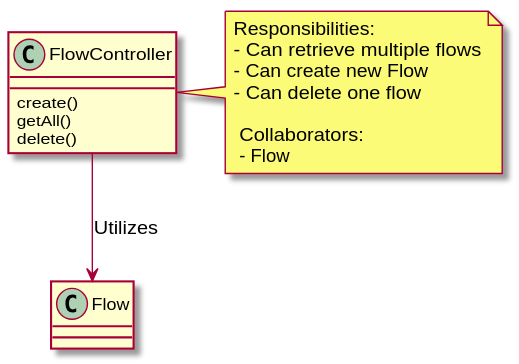
Before: docs/doxygen_docs/doxygen/inline_umlgraph_1.svg, a diagram exported from PlantUML (Nefarious46/cfe_18).
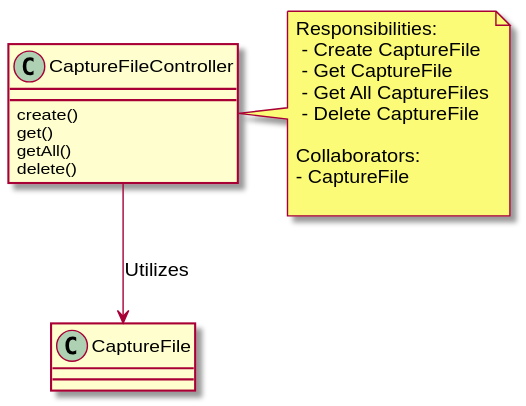
After the change.

The edit, as a diff of the source:
```diff
@@ -1,19 +1,22 @@
 @startuml inline_umlgraph_1.svg
-class FlowController {
-    create()
-    getAll()
-    delete()
+class CaptureFileController {
+ create()
+ get()
+ getAll()
+ delete()
 }
 
-FlowController --> Flow : Utilizes
+CaptureFileController --> CaptureFile : Utilizes
 
-note right of FlowController
+note right of CaptureFileController
 Responsibilities:
-- Can retrieve multiple flows
-- Can create new Flow
-- Can delete one flow
+ - Create CaptureFile
+ - Get CaptureFile
+ - Get All CaptureFiles
+ - Delete CaptureFile
 
- Collaborators:
- - Flow
+Collaborators:
+- CaptureFile
+
 end note
 @enduml
```
